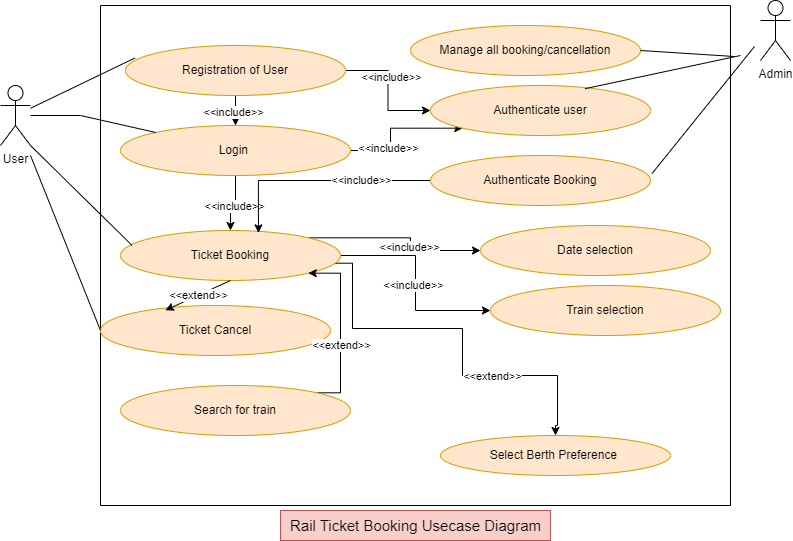
This is Untitled Diagram.drawio.png from TRISHAHALDER/Medtech_Maven_usecase_diagram, a draw.io export, as it was before one commit. Source tidied: cells renumbered, new cells last; positions are measured from the earlier drawing's top-left corner, leaving out a move shared by most shapes.
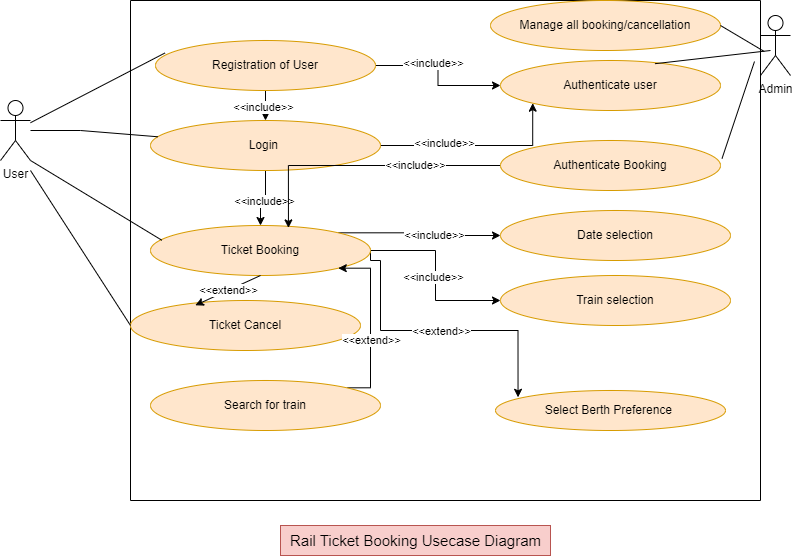
Above is the later version.

Diff of the diagram source:
```diff
@@ -3,7 +3,7 @@
     <mxCell id="0" />
     <mxCell id="1" parent="0" />
     <mxCell id="2" style="swimlane;startSize=0;" parent="1" vertex="1">
-      <mxGeometry x="100" y="5" width="630" height="500" as="geometry" />
+      <mxGeometry x="130" y="-15" width="630" height="500" as="geometry" />
     </mxCell>
     <mxCell id="3" style="edgeStyle=orthogonalEdgeStyle;rounded=0;jettySize=auto;html=1;" parent="2" edge="1" source="7" target="12">
       <mxGeometry relative="1" as="geometry" />
@@ -35,22 +35,6 @@
     <mxCell id="12" value="Login&amp;nbsp;" style="ellipse;whiteSpace=wrap;html=1;fillColor=#ffe6cc;strokeColor=#d79b00;" parent="2" vertex="1">
       <mxGeometry x="20" y="120" width="230" height="50" as="geometry" />
     </mxCell>
-    <mxCell id="13" style="edgeStyle=orthogonalEdgeStyle;rounded=0;jettySize=auto;html=1;exitX=1;exitY=1;exitDx=0;exitDy=0;entryX=0.5;entryY=0;entryDx=0;entryDy=0;" parent="2" edge="1" target="23">
-      <mxGeometry relative="1" as="geometry">
-        <mxPoint x="210" y="257.7" as="sourcePoint" />
-        <Array as="points">
-          <mxPoint x="252" y="258" />
-          <mxPoint x="252" y="323" />
-          <mxPoint x="362" y="323" />
-          <mxPoint x="362" y="370" />
-          <mxPoint x="457" y="370" />
-          <mxPoint x="457" y="420" />
-        </Array>
-      </mxGeometry>
-    </mxCell>
-    <mxCell id="14" value="&amp;lt;&amp;lt;extend&amp;gt;&amp;gt;" style="edgeLabel;html=1;align=center;verticalAlign=middle;" parent="13" vertex="1">
-      <mxGeometry x="0.4" relative="1" as="geometry" />
-    </mxCell>
     <mxCell id="15" style="edgeStyle=orthogonalEdgeStyle;rounded=0;jettySize=auto;html=1;exitX=1;exitY=0;exitDx=0;exitDy=0;entryX=0;entryY=0.5;entryDx=0;entryDy=0;" parent="2" edge="1" source="19" target="24">
       <mxGeometry relative="1" as="geometry" />
     </mxCell>
@@ -63,6 +47,19 @@
     <mxCell id="18" value="&amp;lt;&amp;lt;include&amp;gt;&amp;gt;" style="edgeLabel;html=1;align=center;verticalAlign=middle;" parent="17" vertex="1">
       <mxGeometry x="0.01" y="-3" relative="1" as="geometry" />
     </mxCell>
+    <mxCell id="44" style="edgeStyle=orthogonalEdgeStyle;rounded=0;jettySize=auto;html=1;exitX=1;exitY=0.5;exitDx=0;exitDy=0;entryX=0.098;entryY=0.17;entryDx=0;entryDy=0;entryPerimeter=0;" parent="2" edge="1" source="19" target="23">
+      <mxGeometry relative="1" as="geometry">
+        <Array as="points">
+          <mxPoint x="240" y="260" />
+          <mxPoint x="250" y="260" />
+          <mxPoint x="250" y="330" />
+          <mxPoint x="388" y="330" />
+        </Array>
+      </mxGeometry>
+    </mxCell>
+    <mxCell id="14" value="&amp;lt;&amp;lt;extend&amp;gt;&amp;gt;" style="edgeLabel;html=1;align=center;verticalAlign=middle;" parent="44" vertex="1">
+      <mxGeometry x="0.02" relative="1" as="geometry" />
+    </mxCell>
     <mxCell id="19" value="Ticket Booking" style="ellipse;whiteSpace=wrap;html=1;fillColor=#ffe6cc;strokeColor=#d79b00;" parent="2" vertex="1">
       <mxGeometry x="20" y="225" width="220" height="50" as="geometry" />
     </mxCell>
@@ -76,19 +73,19 @@
       <mxGeometry relative="1" as="geometry" />
     </mxCell>
     <mxCell id="23" value="Select Berth Preference&amp;nbsp;" style="ellipse;whiteSpace=wrap;html=1;fillColor=#ffe6cc;strokeColor=#d79b00;" parent="2" vertex="1">
-      <mxGeometry x="340" y="430" width="230" height="40" as="geometry" />
+      <mxGeometry x="365" y="390" width="230" height="40" as="geometry" />
     </mxCell>
     <mxCell id="24" value="Date selection" style="ellipse;whiteSpace=wrap;html=1;fillColor=#ffe6cc;strokeColor=#d79b00;" parent="2" vertex="1">
-      <mxGeometry x="380" y="220" width="230" height="50" as="geometry" />
+      <mxGeometry x="370" y="210" width="230" height="50" as="geometry" />
     </mxCell>
     <mxCell id="25" value="Train selection" style="ellipse;whiteSpace=wrap;html=1;fillColor=#ffe6cc;strokeColor=#d79b00;" parent="2" vertex="1">
-      <mxGeometry x="390" y="280" width="230" height="50" as="geometry" />
+      <mxGeometry x="370" y="275" width="230" height="50" as="geometry" />
     </mxCell>
     <mxCell id="26" value="Manage all booking/cancellation" style="ellipse;whiteSpace=wrap;html=1;fillColor=#ffe6cc;strokeColor=#d79b00;" parent="2" vertex="1">
-      <mxGeometry x="310" y="20" width="230" height="50" as="geometry" />
+      <mxGeometry x="360" width="230" height="50" as="geometry" />
     </mxCell>
     <mxCell id="27" value="Authenticate user" style="ellipse;whiteSpace=wrap;html=1;fillColor=#ffe6cc;strokeColor=#d79b00;" parent="2" vertex="1">
-      <mxGeometry x="330" y="80" width="220" height="50" as="geometry" />
+      <mxGeometry x="370" y="60" width="220" height="50" as="geometry" />
     </mxCell>
     <mxCell id="28" style="endArrow=none;html=1;rounded=0;exitX=0.702;exitY=0.064;exitDx=0;exitDy=0;exitPerimeter=0;" parent="2" edge="1" source="27">
       <mxGeometry relative="1" as="geometry">
@@ -102,7 +99,7 @@
       <mxGeometry x="-0.37" y="-1" relative="1" as="geometry" />
     </mxCell>
     <mxCell id="31" value="Authenticate Booking" style="ellipse;whiteSpace=wrap;html=1;fillColor=#ffe6cc;strokeColor=#d79b00;" parent="2" vertex="1">
-      <mxGeometry x="330" y="150" width="220" height="50" as="geometry" />
+      <mxGeometry x="370" y="140" width="220" height="50" as="geometry" />
     </mxCell>
     <mxCell id="32" style="endArrow=none;html=1;rounded=0;exitX=1;exitY=0.5;exitDx=0;exitDy=0;entryX=1.006;entryY=0.102;entryDx=0;entryDy=0;entryPerimeter=0;" parent="2" edge="1" source="26" target="2">
       <mxGeometry relative="1" as="geometry" />
```
